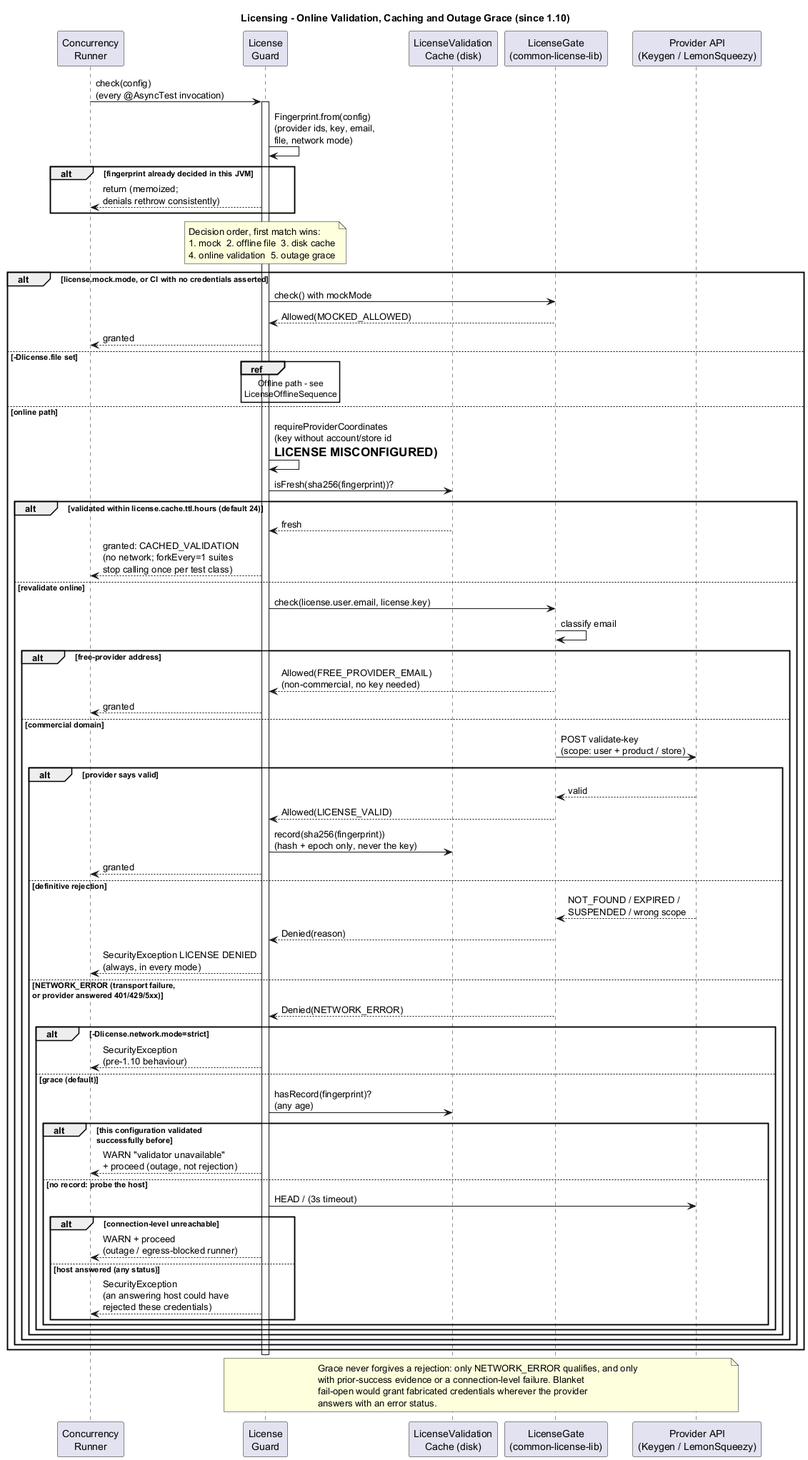
This is docs/diagrams/LicenseOnlineSequence.png from PIsberg/async-test-lib, a PlantUML export, as it was before one commit.
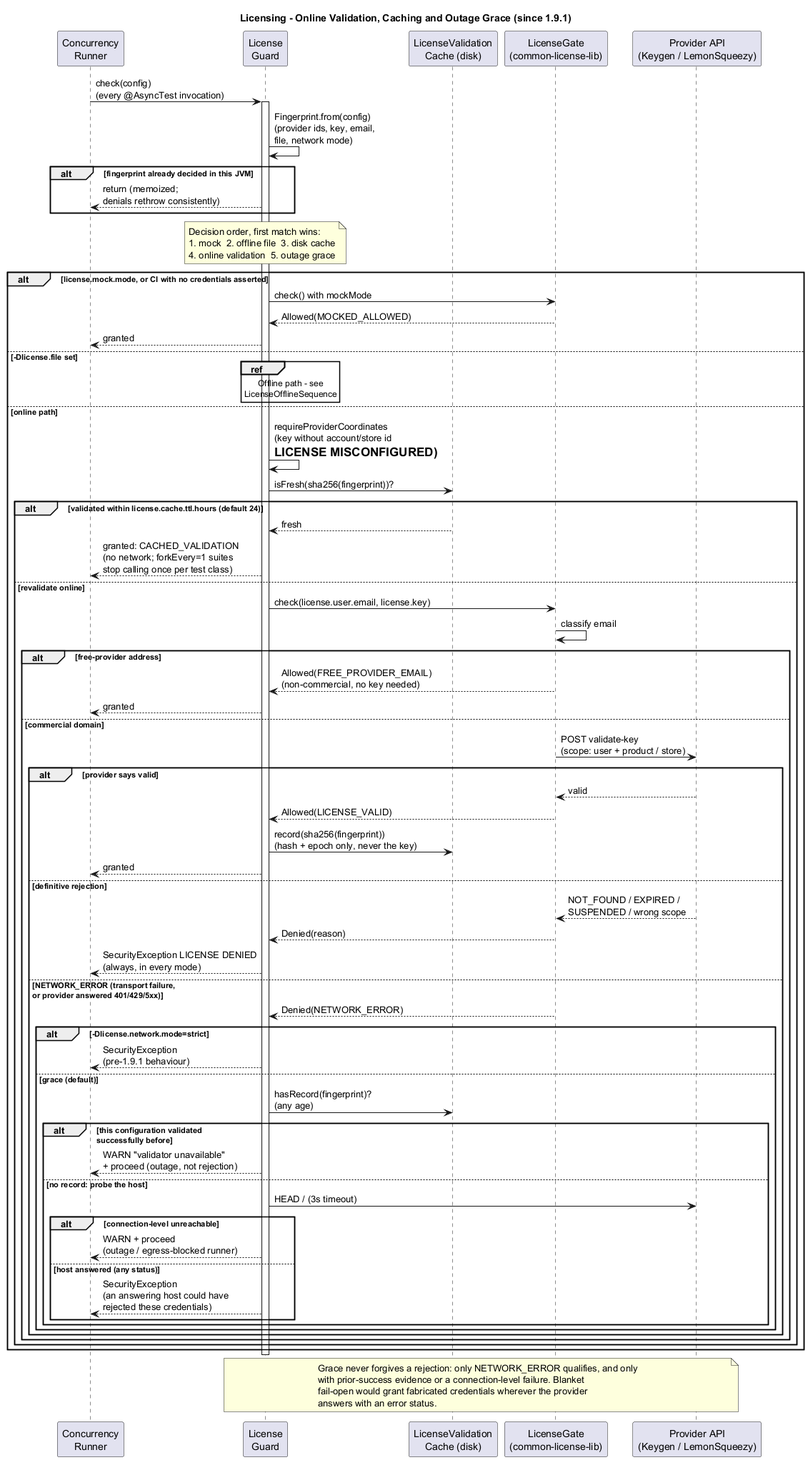
After the change.

The edit, as a diff of the source:
```diff
@@ -1,5 +1,5 @@
 @startuml LicenseOnlineSequence
-title Licensing - Online Validation, Caching and Outage Grace (since 1.10)
+title Licensing - Online Validation, Caching and Outage Grace (since 1.9.1)
 
 participant "Concurrency\nRunner" as Runner
 participant "License\nGuard" as Guard
@@ -54,7 +54,7 @@
       else NETWORK_ERROR (transport failure,\nor provider answered 401/429/5xx)
         Gate --> Guard : Denied(NETWORK_ERROR)
         alt -Dlicense.network.mode=strict
-          Guard --> Runner : SecurityException\n(pre-1.10 behaviour)
+          Guard --> Runner : SecurityException\n(pre-1.9.1 behaviour)
         else grace (default)
           Guard -> Cache : hasRecord(fingerprint)?\n(any age)
           alt this configuration validated\nsuccessfully before
```
